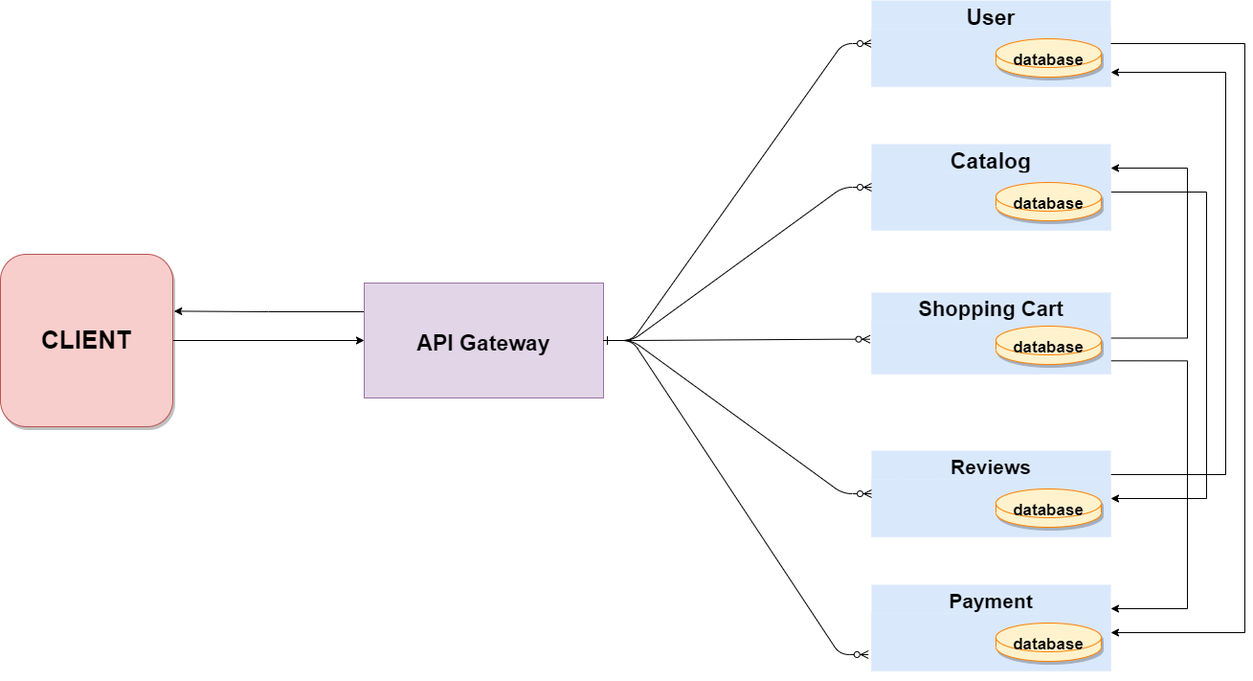
The draw.io diagram docs/images/architectureDiagram.png in MargaretaGalaju/E-Commerce-Service, before a commit. Source tidied: cells renumbered, new cells last; positions are measured from the earlier drawing's top-left corner, leaving out a move shared by most shapes. Its diagram source:
```xml
<mxGraphModel>
  <root>
    <mxCell id="0" />
    <mxCell id="1" parent="0" />
    <mxCell id="2" style="edgeStyle=entityRelationEdgeStyle;endArrow=ERzeroToMany;startArrow=ERone;endFill=1;startFill=0;" parent="1" edge="1" source="19" target="4">
      <mxGeometry relative="1" as="geometry" />
    </mxCell>
    <mxCell id="3" value="User" style="shape=table;startSize=30;rowLines=0;fontStyle=1;align=center;fontSize=23;fillColor=#dae8fc;strokeColor=none;" parent="1" vertex="1">
      <mxGeometry x="910" width="250" height="100" as="geometry" />
    </mxCell>
    <mxCell id="4" style="shape=partialRectangle;fillColor=#dae8fc;points=[[0,0.5],[1,0.5]];portConstraint=eastwest;top=0;left=0;right=0;bottom=0;strokeColor=#6c8ebf;" parent="3" vertex="1">
      <mxGeometry y="30" width="250" height="30" as="geometry" />
    </mxCell>
    <mxCell id="5" style="shape=partialRectangle;overflow=hidden;fillColor=#dae8fc;top=0;left=0;bottom=0;right=0;strokeColor=#6c8ebf;" parent="4" vertex="1">
      <mxGeometry width="30" height="30" as="geometry" />
    </mxCell>
    <mxCell id="6" style="shape=partialRectangle;overflow=hidden;fillColor=#dae8fc;top=0;left=0;bottom=0;right=0;align=left;spacingLeft=6;strokeColor=#6c8ebf;" parent="4" vertex="1">
      <mxGeometry x="30" width="220" height="30" as="geometry" />
    </mxCell>
    <mxCell id="7" style="shape=partialRectangle;fillColor=#dae8fc;points=[[0,0.5],[1,0.5]];portConstraint=eastwest;top=0;left=0;right=0;bottom=0;strokeColor=#6c8ebf;" parent="3" vertex="1">
      <mxGeometry y="60" width="250" height="30" as="geometry" />
    </mxCell>
    <mxCell id="8" style="shape=partialRectangle;overflow=hidden;fillColor=#dae8fc;top=0;left=0;bottom=0;right=0;strokeColor=#6c8ebf;" parent="7" vertex="1">
      <mxGeometry width="30" height="30" as="geometry" />
    </mxCell>
    <mxCell id="9" style="shape=partialRectangle;overflow=hidden;fillColor=#dae8fc;top=0;left=0;bottom=0;right=0;align=left;spacingLeft=6;strokeColor=#6c8ebf;" parent="7" vertex="1">
      <mxGeometry x="30" width="220" height="30" as="geometry" />
    </mxCell>
    <mxCell id="10" style="edgeStyle=orthogonalEdgeStyle;rounded=0;jettySize=auto;html=1;exitX=1;exitY=0.5;exitDx=0;exitDy=0;entryX=1;entryY=0.5;entryDx=0;entryDy=0;fontSize=23;" parent="1" edge="1" source="11" target="30">
      <mxGeometry relative="1" as="geometry">
        <Array as="points">
          <mxPoint x="1260" y="200" />
          <mxPoint x="1260" y="520" />
        </Array>
      </mxGeometry>
    </mxCell>
    <mxCell id="11" value="Catalog" style="shape=table;startSize=30;rowLines=0;fontStyle=1;align=center;fontSize=23;fillColor=#dae8fc;strokeColor=none;" parent="1" vertex="1">
      <mxGeometry x="910" y="150" width="250" height="100" as="geometry" />
    </mxCell>
    <mxCell id="12" style="shape=partialRectangle;fillColor=#dae8fc;points=[[0,0.5],[1,0.5]];portConstraint=eastwest;top=0;left=0;right=0;bottom=0;strokeColor=#6c8ebf;" parent="11" vertex="1">
      <mxGeometry y="30" width="250" height="30" as="geometry" />
    </mxCell>
    <mxCell id="13" style="shape=partialRectangle;overflow=hidden;fillColor=#dae8fc;top=0;left=0;bottom=0;right=0;strokeColor=#6c8ebf;" parent="12" vertex="1">
      <mxGeometry width="30" height="30" as="geometry" />
    </mxCell>
    <mxCell id="14" style="shape=partialRectangle;overflow=hidden;fillColor=#dae8fc;top=0;left=0;bottom=0;right=0;align=left;spacingLeft=6;strokeColor=#6c8ebf;" parent="12" vertex="1">
      <mxGeometry x="30" width="220" height="30" as="geometry" />
    </mxCell>
    <mxCell id="15" style="shape=partialRectangle;fillColor=#dae8fc;top=0;left=0;right=0;bottom=0;strokeColor=#6c8ebf;" parent="11" vertex="1">
      <mxGeometry y="60" width="250" height="30" as="geometry" />
    </mxCell>
    <mxCell id="16" style="shape=partialRectangle;overflow=hidden;fillColor=#dae8fc;top=0;left=0;bottom=0;right=0;strokeColor=#6c8ebf;" parent="15" vertex="1">
      <mxGeometry width="30" height="30" as="geometry" />
    </mxCell>
    <mxCell id="17" style="shape=partialRectangle;overflow=hidden;fillColor=#dae8fc;top=0;left=0;bottom=0;right=0;align=left;spacingLeft=6;strokeColor=#6c8ebf;" parent="15" vertex="1">
      <mxGeometry x="30" width="220" height="30" as="geometry" />
    </mxCell>
    <mxCell id="18" style="edgeStyle=orthogonalEdgeStyle;rounded=0;jettySize=auto;html=1;exitX=0;exitY=0.25;exitDx=0;exitDy=0;entryX=1.007;entryY=0.33;entryDx=0;entryDy=0;entryPerimeter=0;fontSize=23;" parent="1" edge="1" source="19" target="50">
      <mxGeometry relative="1" as="geometry" />
    </mxCell>
    <mxCell id="19" value="API Gateway" style="fontSize=23;fillColor=#e1d5e7;strokeColor=#9673a6;fontStyle=1;" parent="1" vertex="1">
      <mxGeometry x="380" y="295" width="250" height="120" as="geometry" />
    </mxCell>
    <mxCell id="20" style="edgeStyle=orthogonalEdgeStyle;rounded=0;jettySize=auto;html=1;exitX=1;exitY=0.5;exitDx=0;exitDy=0;entryX=1;entryY=0.25;entryDx=0;entryDy=0;fontSize=23;" parent="1" edge="1" source="22" target="11">
      <mxGeometry relative="1" as="geometry">
        <Array as="points">
          <mxPoint x="1240" y="353" />
          <mxPoint x="1240" y="175" />
        </Array>
      </mxGeometry>
    </mxCell>
    <mxCell id="21" style="edgeStyle=orthogonalEdgeStyle;rounded=0;jettySize=auto;html=1;exitX=1;exitY=0.75;exitDx=0;exitDy=0;entryX=1;entryY=0.25;entryDx=0;entryDy=0;fontSize=23;" parent="1" edge="1" source="22" target="41">
      <mxGeometry relative="1" as="geometry">
        <Array as="points">
          <mxPoint x="1240" y="376" />
          <mxPoint x="1240" y="635" />
        </Array>
      </mxGeometry>
    </mxCell>
    <mxCell id="22" value="Shopping Cart" style="shape=table;startSize=30;rowLines=0;fontStyle=1;align=center;fontSize=22;fillColor=#dae8fc;strokeColor=none;" parent="1" vertex="1">
      <mxGeometry x="910" y="305" width="250" height="95" as="geometry" />
    </mxCell>
    <mxCell id="23" style="shape=partialRectangle;fillColor=#dae8fc;points=[[0,0.5],[1,0.5]];portConstraint=eastwest;top=0;left=0;right=0;bottom=0;strokeColor=#6c8ebf;" parent="22" vertex="1">
      <mxGeometry y="30" width="250" height="25" as="geometry" />
    </mxCell>
    <mxCell id="24" style="shape=partialRectangle;overflow=hidden;fillColor=#dae8fc;top=0;left=0;bottom=0;right=0;strokeColor=#6c8ebf;" parent="23" vertex="1">
      <mxGeometry width="30" height="25" as="geometry" />
    </mxCell>
    <mxCell id="25" style="shape=partialRectangle;overflow=hidden;fillColor=#dae8fc;top=0;left=0;bottom=0;right=0;align=left;spacingLeft=6;strokeColor=#6c8ebf;" parent="23" vertex="1">
      <mxGeometry x="30" width="220" height="25" as="geometry" />
    </mxCell>
    <mxCell id="26" style="shape=partialRectangle;fillColor=#dae8fc;top=0;left=0;right=0;bottom=0;strokeColor=#6c8ebf;" parent="22" vertex="1">
      <mxGeometry y="55" width="250" height="30" as="geometry" />
    </mxCell>
    <mxCell id="27" style="shape=partialRectangle;overflow=hidden;fillColor=#dae8fc;top=0;left=0;bottom=0;right=0;strokeColor=#6c8ebf;" parent="26" vertex="1">
      <mxGeometry width="30" height="30" as="geometry" />
    </mxCell>
    <mxCell id="28" style="shape=partialRectangle;overflow=hidden;fillColor=#dae8fc;top=0;left=0;bottom=0;right=0;align=left;spacingLeft=6;strokeColor=#6c8ebf;" parent="26" vertex="1">
      <mxGeometry x="30" width="220" height="30" as="geometry" />
    </mxCell>
    <mxCell id="29" style="edgeStyle=orthogonalEdgeStyle;rounded=0;jettySize=auto;html=1;exitX=1;exitY=0.25;exitDx=0;exitDy=0;fontSize=23;entryX=1;entryY=0.5;entryDx=0;entryDy=0;" parent="1" edge="1" source="30" target="7">
      <mxGeometry relative="1" as="geometry">
        <Array as="points">
          <mxPoint x="1280" y="495" />
          <mxPoint x="1280" y="75" />
        </Array>
      </mxGeometry>
    </mxCell>
    <mxCell id="30" value="Reviews" style="shape=table;startSize=30;rowLines=0;fontStyle=1;align=center;fontSize=21;fillColor=#dae8fc;strokeColor=none;" parent="1" vertex="1">
      <mxGeometry x="910" y="470" width="250" height="100" as="geometry" />
    </mxCell>
    <mxCell id="31" style="shape=partialRectangle;fillColor=#dae8fc;points=[[0,0.5],[1,0.5]];portConstraint=eastwest;top=0;left=0;right=0;bottom=0;strokeColor=#6c8ebf;" parent="30" vertex="1">
      <mxGeometry y="30" width="250" height="30" as="geometry" />
    </mxCell>
    <mxCell id="32" style="shape=partialRectangle;overflow=hidden;fillColor=#dae8fc;top=0;left=0;bottom=0;right=0;strokeColor=#6c8ebf;" parent="31" vertex="1">
      <mxGeometry width="30" height="30" as="geometry" />
    </mxCell>
    <mxCell id="33" style="shape=partialRectangle;overflow=hidden;fillColor=#dae8fc;top=0;left=0;bottom=0;right=0;align=left;spacingLeft=6;strokeColor=#6c8ebf;" parent="31" vertex="1">
      <mxGeometry x="30" width="220" height="30" as="geometry" />
    </mxCell>
    <mxCell id="34" style="shape=partialRectangle;fillColor=#dae8fc;top=0;left=0;right=0;bottom=0;strokeColor=#6c8ebf;" parent="30" vertex="1">
      <mxGeometry y="60" width="250" height="30" as="geometry" />
    </mxCell>
    <mxCell id="35" style="shape=partialRectangle;overflow=hidden;fillColor=#dae8fc;top=0;left=0;bottom=0;right=0;strokeColor=#6c8ebf;" parent="34" vertex="1">
      <mxGeometry width="30" height="30" as="geometry" />
    </mxCell>
    <mxCell id="36" style="shape=partialRectangle;overflow=hidden;fillColor=#dae8fc;top=0;left=0;bottom=0;right=0;align=left;spacingLeft=6;strokeColor=#6c8ebf;" parent="34" vertex="1">
      <mxGeometry x="30" width="220" height="30" as="geometry" />
    </mxCell>
    <mxCell id="37" style="edgeStyle=entityRelationEdgeStyle;endArrow=ERzeroToMany;startArrow=ERone;endFill=1;startFill=0;entryX=0;entryY=0.5;entryDx=0;entryDy=0;" parent="1" edge="1" source="19" target="12">
      <mxGeometry relative="1" as="geometry" />
    </mxCell>
    <mxCell id="38" style="edgeStyle=entityRelationEdgeStyle;endArrow=ERzeroToMany;startArrow=ERone;endFill=1;startFill=0;exitX=1;exitY=0.5;exitDx=0;exitDy=0;entryX=-0.006;entryY=0.747;entryDx=0;entryDy=0;entryPerimeter=0;" parent="1" edge="1" source="19" target="23">
      <mxGeometry relative="1" as="geometry" />
    </mxCell>
    <mxCell id="39" style="edgeStyle=entityRelationEdgeStyle;endArrow=ERzeroToMany;startArrow=ERone;endFill=1;startFill=0;exitX=1;exitY=0.5;exitDx=0;exitDy=0;entryX=0;entryY=0.5;entryDx=0;entryDy=0;" parent="1" edge="1" source="19" target="31">
      <mxGeometry relative="1" as="geometry" />
    </mxCell>
    <mxCell id="40" style="edgeStyle=orthogonalEdgeStyle;rounded=0;orthogonalLoop=1;jettySize=auto;html=1;exitX=0.5;exitY=1;exitDx=0;exitDy=0;" parent="1" edge="1" source="19" target="19">
      <mxGeometry relative="1" as="geometry" />
    </mxCell>
    <mxCell id="41" value="Payment" style="shape=table;startSize=30;rowLines=0;fontStyle=1;align=center;fontSize=21;fillColor=#dae8fc;strokeColor=none;" parent="1" vertex="1">
      <mxGeometry x="910" y="610" width="250" height="100" as="geometry" />
    </mxCell>
    <mxCell id="42" style="shape=partialRectangle;fillColor=#dae8fc;top=0;left=0;right=0;bottom=0;strokeColor=#6c8ebf;" parent="41" vertex="1">
      <mxGeometry y="30" width="250" height="30" as="geometry" />
    </mxCell>
    <mxCell id="43" style="shape=partialRectangle;overflow=hidden;fillColor=#dae8fc;top=0;left=0;bottom=0;right=0;strokeColor=#6c8ebf;" parent="42" vertex="1">
      <mxGeometry width="30" height="30" as="geometry" />
    </mxCell>
    <mxCell id="44" style="shape=partialRectangle;overflow=hidden;fillColor=#dae8fc;top=0;left=0;bottom=0;right=0;align=left;spacingLeft=6;strokeColor=#6c8ebf;" parent="42" vertex="1">
      <mxGeometry x="30" width="220" height="30" as="geometry" />
    </mxCell>
    <mxCell id="45" style="shape=partialRectangle;fillColor=#dae8fc;top=0;left=0;right=0;bottom=0;strokeColor=#6c8ebf;" parent="41" vertex="1">
      <mxGeometry y="60" width="250" height="30" as="geometry" />
    </mxCell>
    <mxCell id="46" style="shape=partialRectangle;overflow=hidden;fillColor=#dae8fc;top=0;left=0;bottom=0;right=0;strokeColor=#6c8ebf;" parent="45" vertex="1">
      <mxGeometry width="30" height="30" as="geometry" />
    </mxCell>
    <mxCell id="47" style="shape=partialRectangle;overflow=hidden;fillColor=#dae8fc;top=0;left=0;bottom=0;right=0;align=left;spacingLeft=6;strokeColor=#6c8ebf;" parent="45" vertex="1">
      <mxGeometry x="30" width="220" height="30" as="geometry" />
    </mxCell>
    <mxCell id="48" style="edgeStyle=entityRelationEdgeStyle;endArrow=ERzeroToMany;startArrow=ERone;endFill=1;startFill=0;entryX=-0.013;entryY=1.098;entryDx=0;entryDy=0;entryPerimeter=0;exitX=1;exitY=0.5;exitDx=0;exitDy=0;" parent="1" edge="1" source="19">
      <mxGeometry relative="1" as="geometry">
        <mxPoint x="906.8" y="682.9" as="targetPoint" />
      </mxGeometry>
    </mxCell>
    <mxCell id="49" style="edgeStyle=orthogonalEdgeStyle;rounded=0;jettySize=auto;html=1;exitX=1;exitY=0.5;exitDx=0;exitDy=0;entryX=0;entryY=0.5;entryDx=0;entryDy=0;fontSize=23;" parent="1" edge="1" source="50" target="19">
      <mxGeometry relative="1" as="geometry" />
    </mxCell>
    <mxCell id="50" value="&lt;b&gt;&lt;font style=&quot;font-size: 26px&quot;&gt;CLIENT&lt;/font&gt;&lt;/b&gt;" style="whiteSpace=wrap;html=1;fontSize=23;fillColor=#f8cecc;strokeColor=#b85450;rounded=1;glass=0;shadow=1;sketch=0;" parent="1" vertex="1">
      <mxGeometry y="265" width="180" height="180" as="geometry" />
    </mxCell>
    <mxCell id="51" style="edgeStyle=orthogonalEdgeStyle;rounded=0;jettySize=auto;html=1;exitX=1;exitY=0.5;exitDx=0;exitDy=0;entryX=1;entryY=0.5;entryDx=0;entryDy=0;fontSize=23;" parent="1" edge="1" source="4" target="41">
      <mxGeometry relative="1" as="geometry">
        <Array as="points">
          <mxPoint x="1300" y="45" />
          <mxPoint x="1300" y="660" />
        </Array>
      </mxGeometry>
    </mxCell>
    <mxCell id="52" value="&lt;b style=&quot;font-size: 17px&quot;&gt;database&lt;br&gt;&lt;br&gt;&lt;/b&gt;" style="shape=cylinder3;whiteSpace=wrap;html=1;boundedLbl=1;backgroundOutline=1;size=15;rounded=1;shadow=1;glass=0;sketch=0;fontSize=23;fillColor=#fff2cc;strokeColor=#FF8000;" parent="1" vertex="1">
      <mxGeometry x="1040" y="40" width="110" height="40" as="geometry" />
    </mxCell>
    <mxCell id="53" value="&lt;b style=&quot;font-size: 17px&quot;&gt;database&lt;br&gt;&lt;br&gt;&lt;/b&gt;" style="shape=cylinder3;whiteSpace=wrap;html=1;boundedLbl=1;backgroundOutline=1;size=15;rounded=1;shadow=1;glass=0;sketch=0;fontSize=23;fillColor=#fff2cc;strokeColor=#FF8000;" parent="1" vertex="1">
      <mxGeometry x="1040" y="190" width="110" height="40" as="geometry" />
    </mxCell>
    <mxCell id="54" value="&lt;b style=&quot;font-size: 17px&quot;&gt;database&lt;br&gt;&lt;br&gt;&lt;/b&gt;" style="shape=cylinder3;whiteSpace=wrap;html=1;boundedLbl=1;backgroundOutline=1;size=15;rounded=1;shadow=1;glass=0;sketch=0;fontSize=23;fillColor=#fff2cc;strokeColor=#FF8000;" parent="1" vertex="1">
      <mxGeometry x="1040" y="340" width="110" height="40" as="geometry" />
    </mxCell>
    <mxCell id="55" value="&lt;b style=&quot;font-size: 17px&quot;&gt;database&lt;br&gt;&lt;br&gt;&lt;/b&gt;" style="shape=cylinder3;whiteSpace=wrap;html=1;boundedLbl=1;backgroundOutline=1;size=15;rounded=1;shadow=1;glass=0;sketch=0;fontSize=23;fillColor=#fff2cc;strokeColor=#FF8000;" parent="1" vertex="1">
      <mxGeometry x="1040" y="510" width="110" height="40" as="geometry" />
    </mxCell>
    <mxCell id="56" value="&lt;b style=&quot;font-size: 17px&quot;&gt;database&lt;br&gt;&lt;br&gt;&lt;/b&gt;" style="shape=cylinder3;whiteSpace=wrap;html=1;boundedLbl=1;backgroundOutline=1;size=15;rounded=1;shadow=1;glass=0;sketch=0;fontSize=23;fillColor=#fff2cc;strokeColor=#FF8000;" parent="1" vertex="1">
      <mxGeometry x="1040" y="650" width="110" height="40" as="geometry" />
    </mxCell>
  </root>
</mxGraphModel>
```
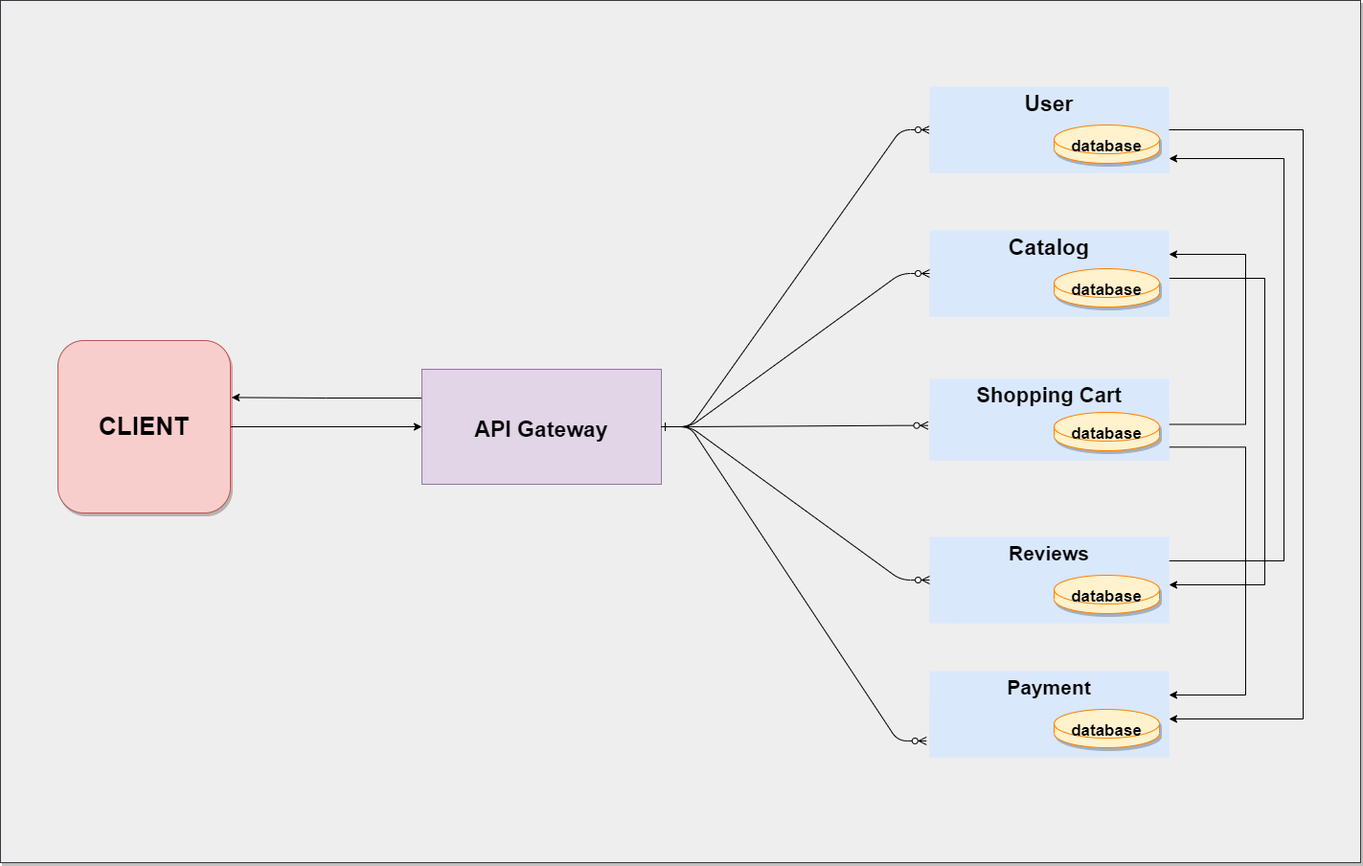
Later version of the same file.

What changed in the source:
```diff
@@ -2,6 +2,9 @@
   <root>
     <mxCell id="0" />
     <mxCell id="1" parent="0" />
+    <mxCell id="57" style="rounded=0;whiteSpace=wrap;html=1;shadow=1;glass=0;sketch=0;fontSize=23;fillColor=#eeeeee;strokeColor=#36393d;" parent="1" vertex="1">
+      <mxGeometry x="-60" y="-90" width="1420" height="900" as="geometry" />
+    </mxCell>
     <mxCell id="2" style="edgeStyle=entityRelationEdgeStyle;endArrow=ERzeroToMany;startArrow=ERone;endFill=1;startFill=0;" parent="1" edge="1" source="19" target="4">
       <mxGeometry relative="1" as="geometry" />
     </mxCell>
```
